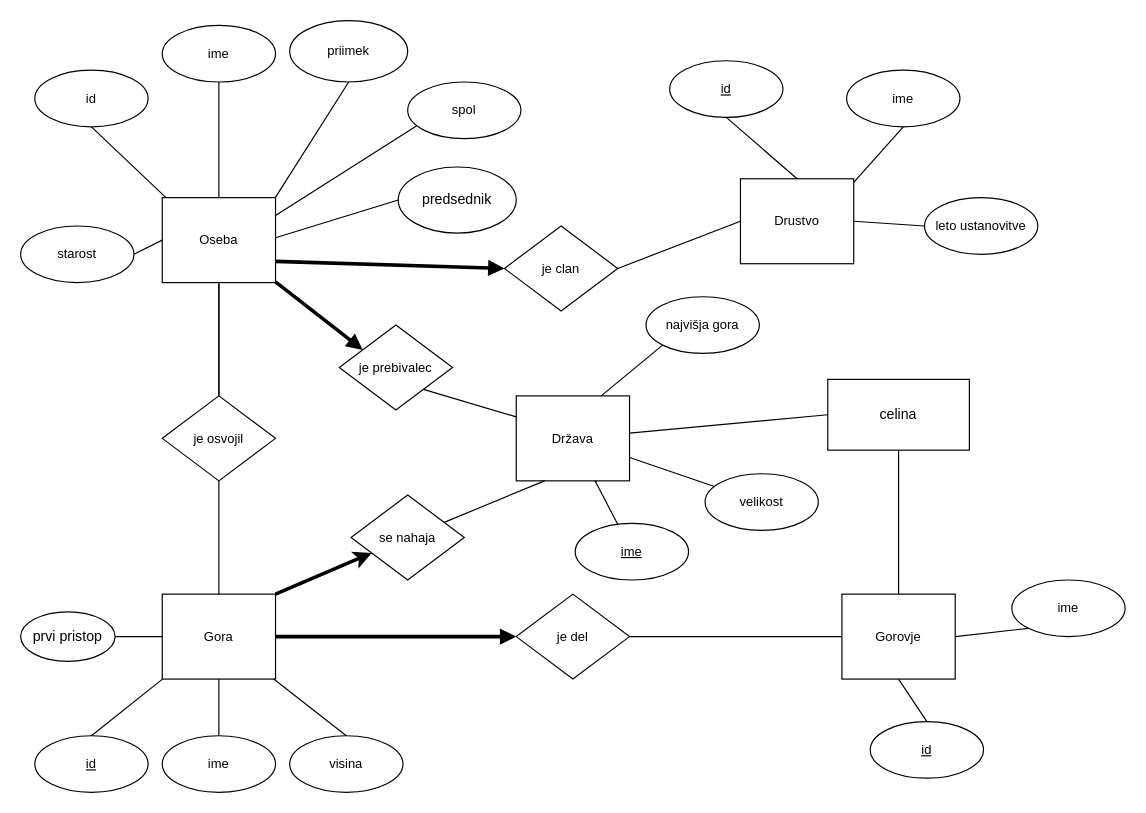
The draw.io diagram Diagram/Pohodnistvo diagram.drawio in kokosinekm/Pohodnistvo, before the edit. Source tidied: cells renumbered, new cells numbered last; positions are measured from the earlier drawing's top-left corner, leaving out a move shared by most shapes. Both pictures are drawn from the tidied source at 118%, with x=0, y=0 at pixel (20, 20).
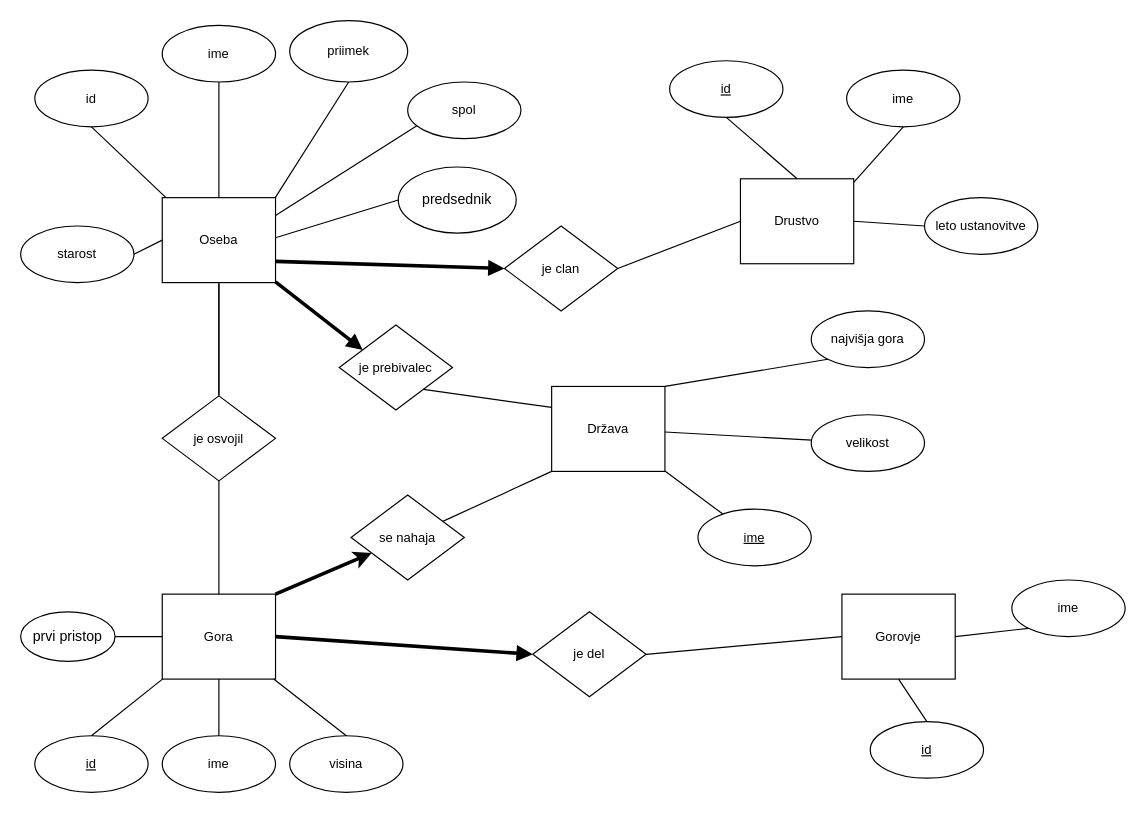
The same page after the edit.

Unchanged cells that the change refers to:
```xml
<mxCell id="31" value="Gorovje" style="html=1;whiteSpace=wrap;fontSize=11;fontColor=#000000;spacing=3;strokeOpacity=100;" parent="1" vertex="1">
  <mxGeometry x="696" y="486" width="96" height="72" as="geometry" />
</mxCell>
<mxCell id="54" value="se nahaja" style="html=1;whiteSpace=wrap;rhombus;fontSize=11;fontColor=#000000;spacing=3;strokeOpacity=100;" parent="1" vertex="1">
  <mxGeometry x="280" y="402" width="96" height="72" as="geometry" />
</mxCell>
```

Diff of the diagram source:
```diff
@@
     <mxCell id="29" value="je del" style="html=1;whiteSpace=wrap;rhombus;fontSize=11;fontColor=#000000;spacing=3;strokeOpacity=100;" parent="1" vertex="1">
-      <mxGeometry x="420" y="486" width="96" height="72" as="geometry" />
+      <mxGeometry x="434" y="501" width="96" height="72" as="geometry" />
     </mxCell>
@@
     <mxCell id="40" value="Država" style="html=1;whiteSpace=wrap;fontSize=11;fontColor=#000000;spacing=3;strokeOpacity=100;" parent="1" vertex="1">
-      <mxGeometry x="420" y="318" width="96" height="72" as="geometry" />
+      <mxGeometry x="450" y="310" width="96" height="72" as="geometry" />
     </mxCell>
@@
-    <mxCell id="44" style="html=1;jettySize=18;fontSize=11;strokeOpacity=100;rounded=1;arcSize=0;startArrow=none;endArrow=none;exitX=0;exitY=1;exitDx=0;exitDy=0;entryX=0.75;entryY=0;entryDx=0;entryDy=0;" parent="1" edge="1" source="50" target="40">
+    <mxCell id="44" style="html=1;jettySize=18;fontSize=11;strokeOpacity=100;rounded=1;arcSize=0;startArrow=none;endArrow=none;exitX=0;exitY=1;exitDx=0;exitDy=0;entryX=1;entryY=0;entryDx=0;entryDy=0;" parent="1" edge="1" source="50" target="40">
       <mxGeometry relative="1" as="geometry" />
     </mxCell>
-    <mxCell id="45" style="html=1;jettySize=18;fontSize=11;strokeOpacity=100;rounded=1;arcSize=0;startArrow=none;endArrow=none;exitY=1.0083333333333333;exitPerimeter=1;entryY=1.0083333333333333;entryPerimeter=1;" parent="1" edge="1" source="40" target="40">
-      <mxGeometry relative="1" as="geometry">
-        <Array as="points">
-          <mxPoint x="488" y="391" />
-          <mxPoint x="488" y="391" />
-        </Array>
-      </mxGeometry>
-    </mxCell>
@@
     <mxCell id="50" value="najvišja gora" style="html=1;whiteSpace=wrap;ellipse;fontSize=11;fontColor=#000000;align=center;spacing=3;strokeOpacity=100;fillOpacity=100;fillColor=#ffffff;" parent="1" vertex="1">
-      <mxGeometry x="530" y="234" width="96" height="48" as="geometry" />
+      <mxGeometry x="670" y="246" width="96" height="48" as="geometry" />
     </mxCell>
@@
-    <mxCell id="53" style="edgeStyle=none;rounded=0;jettySize=auto;html=1;strokeWidth=1;entryX=0.25;entryY=1;entryDx=0;entryDy=0;endArrow=none;endFill=0;" parent="1" edge="1" source="54" target="40">
+    <mxCell id="53" style="edgeStyle=none;rounded=0;jettySize=auto;html=1;strokeWidth=1;entryX=0;entryY=1;entryDx=0;entryDy=0;endArrow=none;endFill=0;" parent="1" edge="1" source="54" target="40">
       <mxGeometry relative="1" as="geometry" />
     </mxCell>
@@
     <mxCell id="56" value="velikost" style="html=1;whiteSpace=wrap;ellipse;fontSize=11;fontColor=#000000;align=center;spacing=3;strokeOpacity=100;fillOpacity=100;fillColor=#ffffff;" parent="1" vertex="1">
-      <mxGeometry x="580" y="384" width="96" height="48" as="geometry" />
+      <mxGeometry x="670" y="334" width="96" height="48" as="geometry" />
     </mxCell>
@@
     <mxCell id="58" value="&lt;u&gt;ime&lt;/u&gt;" style="html=1;whiteSpace=wrap;ellipse;fontSize=11;fontColor=#000000;align=center;spacing=3;strokeOpacity=100;fillOpacity=100;fillColor=#ffffff;" parent="1" vertex="1">
-      <mxGeometry x="470" y="426" width="96" height="48" as="geometry" />
+      <mxGeometry x="574" y="414" width="96" height="48" as="geometry" />
     </mxCell>
-    <mxCell id="59" value="celina" style="rounded=0;whiteSpace=wrap;html=1;" parent="1" vertex="1">
-      <mxGeometry x="684" y="304" width="120" height="60" as="geometry" />
-    </mxCell>
-    <mxCell id="60" style="endArrow=none;html=1;entryX=0;entryY=0.5;entryDx=0;entryDy=0;" parent="1" edge="1" source="40" target="59">
-      <mxGeometry relative="1" as="geometry" />
-    </mxCell>
-    <mxCell id="61" style="endArrow=none;html=1;exitX=0.5;exitY=0;exitDx=0;exitDy=0;entryX=0.5;entryY=1;entryDx=0;entryDy=0;" parent="1" edge="1" source="31" target="59">
-      <mxGeometry relative="1" as="geometry" />
-    </mxCell>
```
